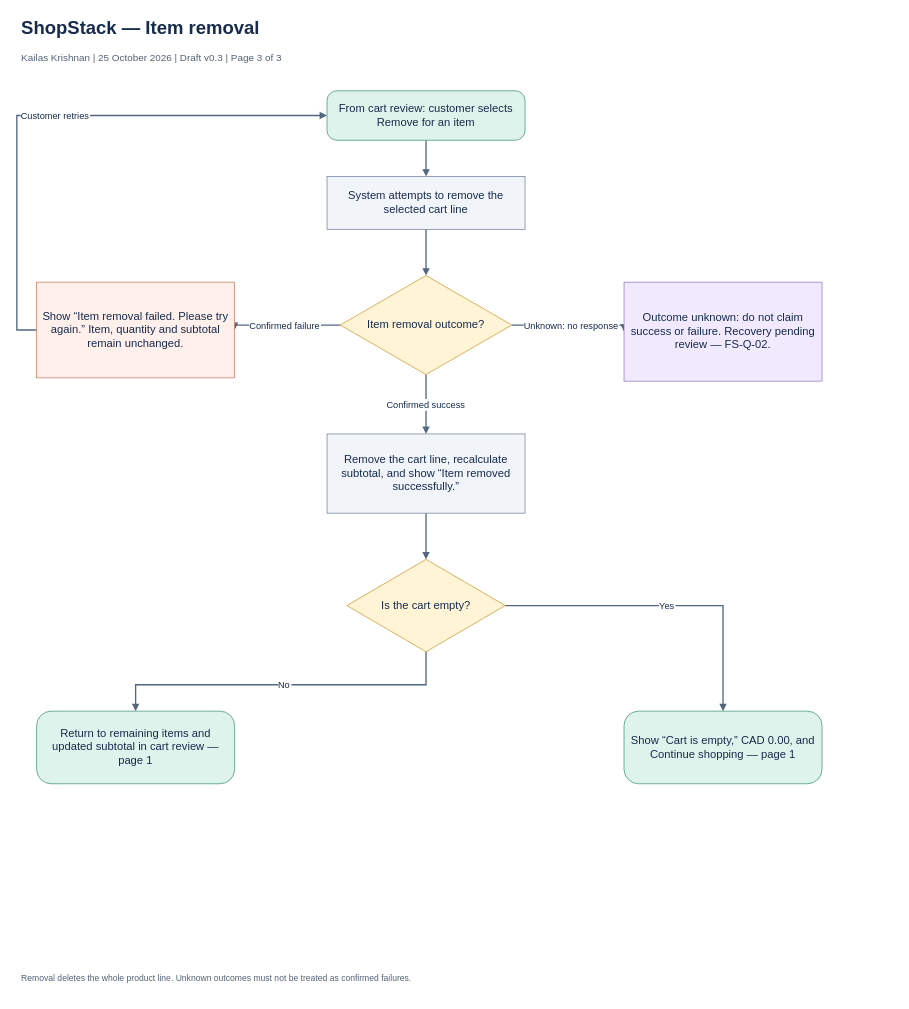
Before: page "03 Item removal" (3 of 3) of docs/process-analysis/ShopStack-Future-State-Cart-Reviewed.drawio in kkrishnan937/shopstack-ba-portfolio, a draw.io diagram. Source tidied: cells renumbered, new cells numbered last; positions are measured from the earlier drawing's top-left corner, leaving out a move shared by most shapes. Both pictures are drawn from the tidied source at 66%, with x=0, y=0 at pixel (16, 11).
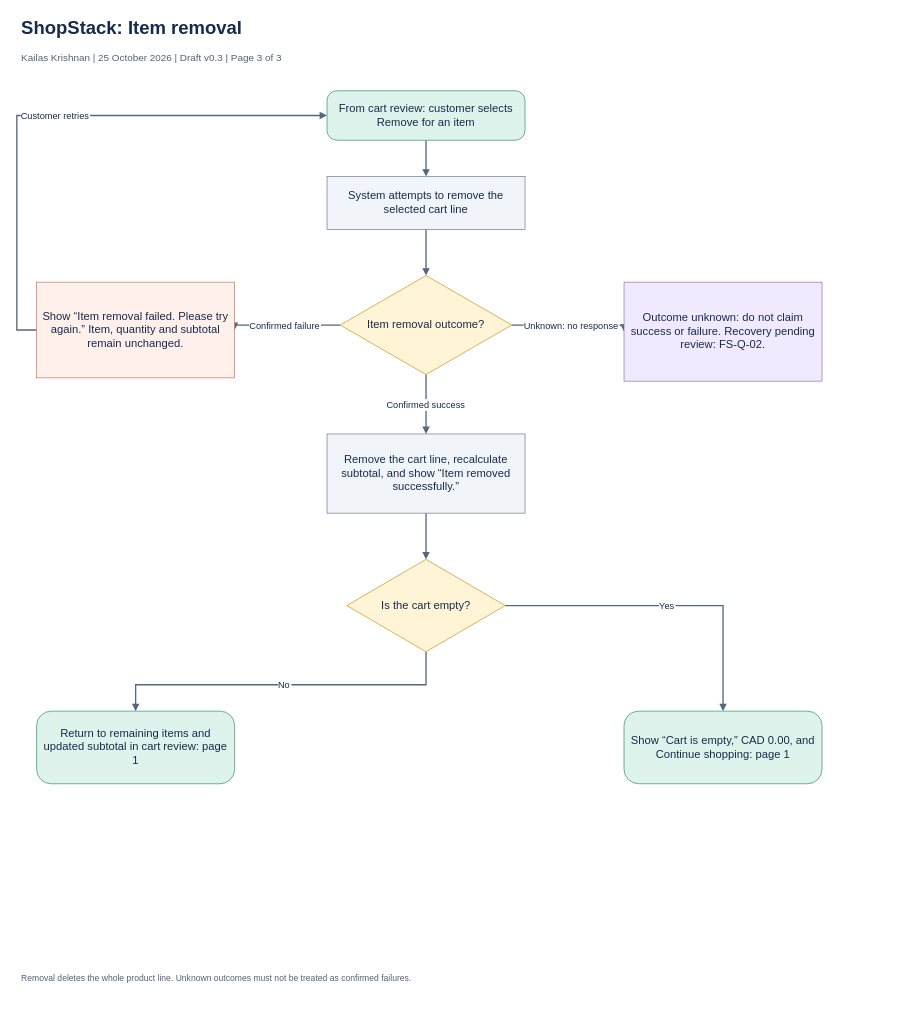
After the change.

Diff of the diagram source:
```diff
@@
-    <mxCell id="2" value="ShopStack — Item removal" style="text;html=0;fontSize=28;fontStyle=1;align=left;fontColor=#172B4D;" parent="1" vertex="1">
+    <mxCell id="2" value="ShopStack: Item removal" style="text;html=0;fontSize=28;fontStyle=1;align=left;fontColor=#172B4D;" parent="1" vertex="1">
       <mxGeometry x="5" width="1300" height="40" as="geometry" />
     </mxCell>
@@
-    <mxCell id="18" value="Outcome unknown: do not claim success or failure. Recovery pending review — FS-Q-02." style="rounded=0;html=0;whiteSpace=wrap;fillColor=#F1EAFE;strokeColor=#8B6BB1;fontColor=#172B4D;fontFamily=Arial;fontSize=17;spacing=10;" parent="1" vertex="1">
+    <mxCell id="18" value="Outcome unknown: do not claim success or failure. Recovery pending review: FS-Q-02." style="rounded=0;html=0;whiteSpace=wrap;fillColor=#F1EAFE;strokeColor=#8B6BB1;fontColor=#172B4D;fontFamily=Arial;fontSize=17;spacing=10;" parent="1" vertex="1">
       <mxGeometry x="920" y="410" width="300" height="150" as="geometry" />
     </mxCell>
@@
-    <mxCell id="21" value="Return to remaining items and updated subtotal in cart review — page 1" style="rounded=1;arcSize=20;html=0;whiteSpace=wrap;fillColor=#DEF3EB;strokeColor=#2C8566;fontColor=#172B4D;fontFamily=Arial;fontSize=17;spacing=10;" parent="1" vertex="1">
+    <mxCell id="21" value="Return to remaining items and updated subtotal in cart review: page 1" style="rounded=1;arcSize=20;html=0;whiteSpace=wrap;fillColor=#DEF3EB;strokeColor=#2C8566;fontColor=#172B4D;fontFamily=Arial;fontSize=17;spacing=10;" parent="1" vertex="1">
       <mxGeometry x="30" y="1060" width="300" height="110" as="geometry" />
     </mxCell>
-    <mxCell id="22" value="Show “Cart is empty,” CAD 0.00, and Continue shopping — page 1" style="rounded=1;arcSize=20;html=0;whiteSpace=wrap;fillColor=#DEF3EB;strokeColor=#2C8566;fontColor=#172B4D;fontFamily=Arial;fontSize=17;spacing=10;" parent="1" vertex="1">
+    <mxCell id="22" value="Show “Cart is empty,” CAD 0.00, and Continue shopping: page 1" style="rounded=1;arcSize=20;html=0;whiteSpace=wrap;fillColor=#DEF3EB;strokeColor=#2C8566;fontColor=#172B4D;fontFamily=Arial;fontSize=17;spacing=10;" parent="1" vertex="1">
       <mxGeometry x="920" y="1060" width="300" height="110" as="geometry" />
     </mxCell>
```
